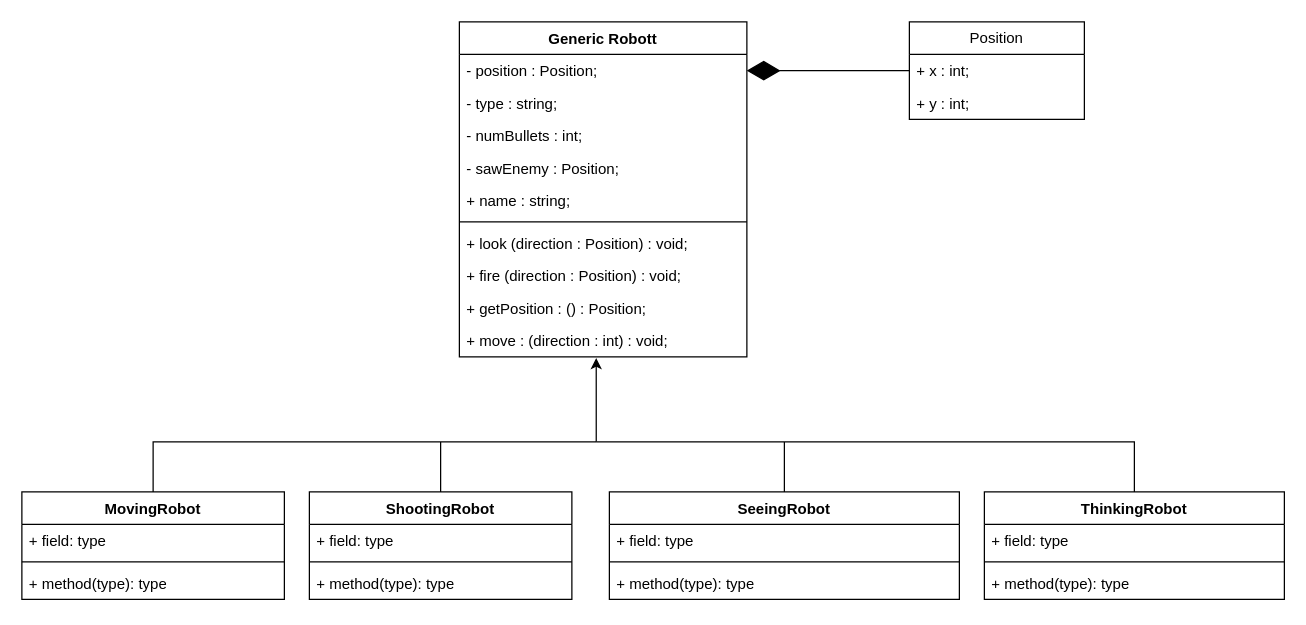
Earlier version of the draw.io diagram class (1).drawio (mohammadmuazzam/oopds). Source tidied: cells renumbered, new cells numbered last; positions are measured from the earlier drawing's top-left corner, leaving out a move shared by most shapes. Both pictures are drawn from the tidied source at 125%, with x=0, y=0 at pixel (21, 21).
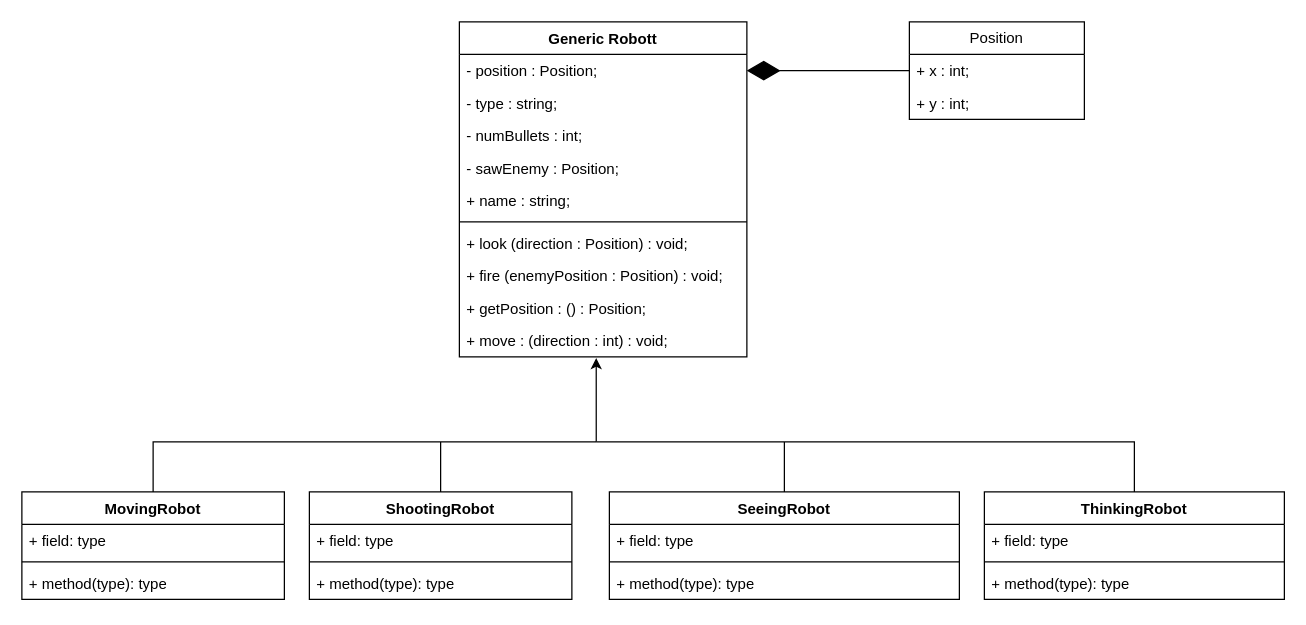
The same diagram, later.

The change refers to these unchanged cells:
```xml
<mxCell id="2" value="Generic Robott" style="swimlane;fontStyle=1;align=center;verticalAlign=top;horizontal=1;startSize=26;whiteSpace=wrap;html=1;" parent="1" vertex="1">
  <mxGeometry x="350" width="230" height="268" as="geometry" />
</mxCell>
```

Change to the diagram source:
```diff
@@
-    <mxCell id="10" value="+ fire (direction : Position) : void;" style="text;strokeColor=none;fillColor=none;align=left;verticalAlign=top;spacingLeft=4;spacingRight=4;overflow=hidden;whiteSpace=wrap;html=1;" parent="2" vertex="1">
+    <mxCell id="10" value="+ fire (enemyPosition : Position) : void;" style="text;strokeColor=none;fillColor=none;align=left;verticalAlign=top;spacingLeft=4;spacingRight=4;overflow=hidden;whiteSpace=wrap;html=1;" parent="2" vertex="1">
       <mxGeometry y="190" width="230" height="26" as="geometry" />
     </mxCell>
```
